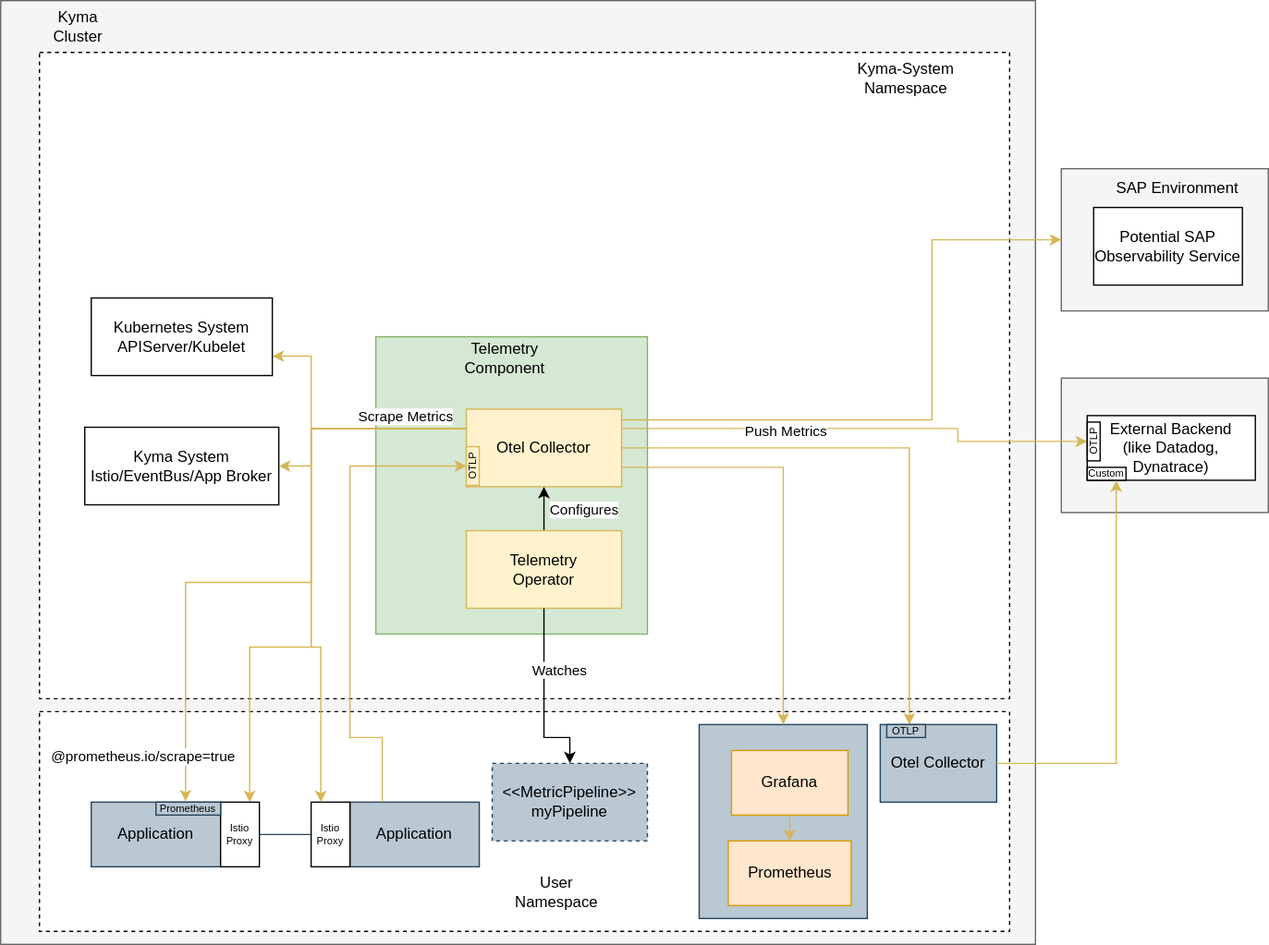
This is concepts/observability-strategy/configurable-tracing/assets/tracing-future.drawio.svg from kyma-project/community, a draw.io export, as it was before one commit. Source tidied: cells renumbered, new cells last; positions are measured from the earlier drawing's top-left corner, leaving out a move shared by most shapes.
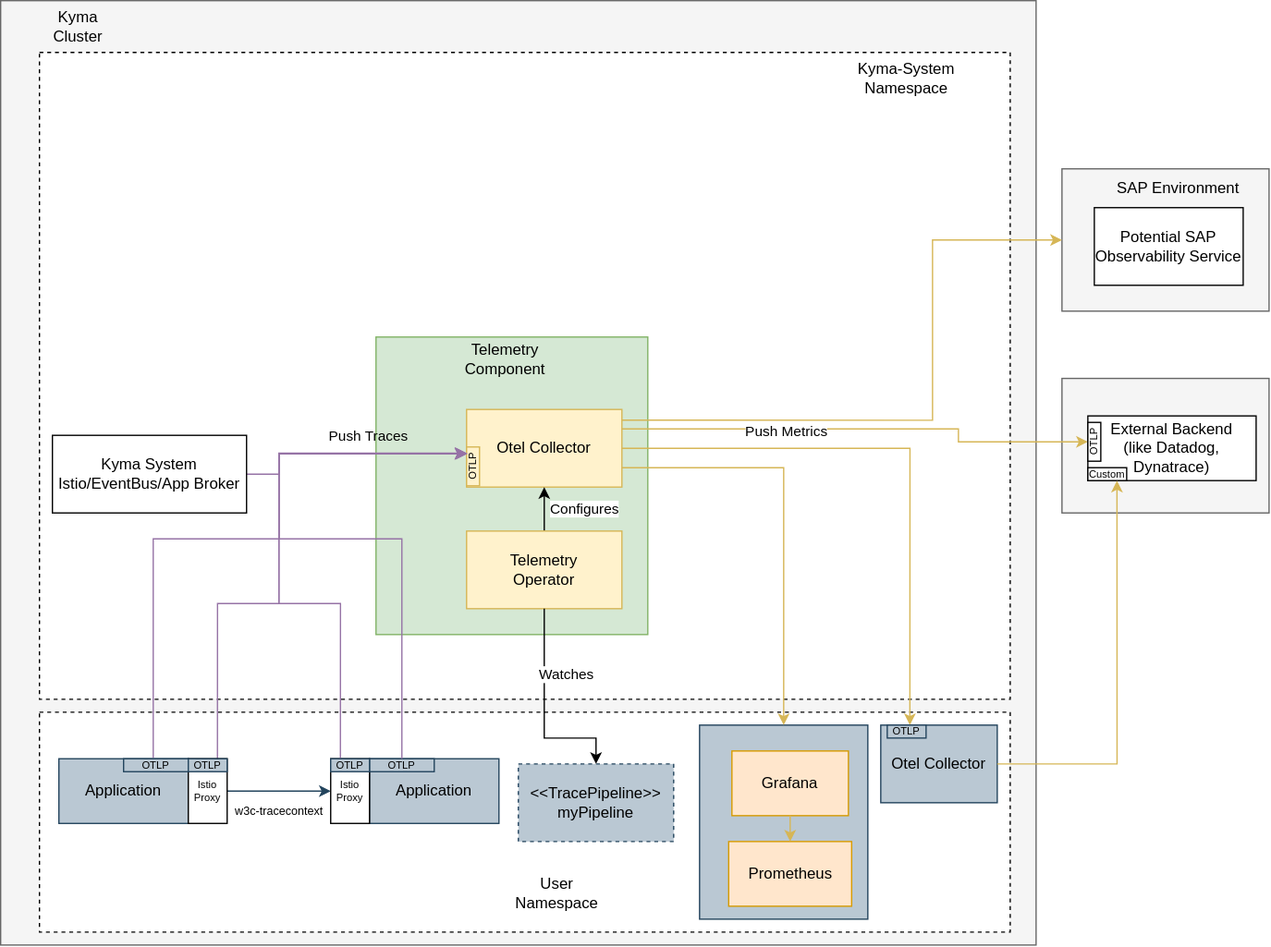
Later version of the same file.

Change to the diagram source:
```diff
@@ -17,43 +17,9 @@
     <mxCell id="6" value="&lt;span style=&quot;color: rgba(0 , 0 , 0 , 0) ; font-family: monospace ; font-size: 0px&quot;&gt;%3CmxGraphModel%3E%3Croot%3E%3CmxCell%20id%3D%220%22%2F%3E%3CmxCell%20id%3D%221%22%20parent%3D%220%22%2F%3E%3CmxCell%20id%3D%222%22%20style%3D%22edgeStyle%3DorthogonalEdgeStyle%3Brounded%3D0%3BorthogonalLoop%3D1%3BjettySize%3Dauto%3Bhtml%3D1%3BfillColor%3D%23fff2cc%3BstrokeColor%3D%23d6b656%3BjumpStyle%3Dgap%3BexitX%3D1%3BexitY%3D0.25%3BexitDx%3D0%3BexitDy%3D0%3BentryX%3D0.5%3BentryY%3D1%3BentryDx%3D0%3BentryDy%3D0%3B%22%20edge%3D%221%22%20parent%3D%221%22%3E%3CmxGeometry%20relative%3D%221%22%20as%3D%22geometry%22%3E%3CArray%20as%3D%22points%22%2F%3E%3CmxPoint%20x%3D%22350%22%20y%3D%22139%22%20as%3D%22sourcePoint%22%2F%3E%3CmxPoint%20x%3D%22515%22%20as%3D%22targetPoint%22%2F%3E%3C%2FmxGeometry%3E%3C%2FmxCell%3E%3C%2Froot%3E%3C%2FmxGraphModel%3E&lt;/span&gt;" style="rounded=0;whiteSpace=wrap;html=1;fillColor=#d5e8d4;strokeColor=#82b366;" parent="1" vertex="1">
       <mxGeometry x="290" y="260" width="210" height="230" as="geometry" />
     </mxCell>
-    <mxCell id="7" style="edgeStyle=orthogonalEdgeStyle;rounded=0;jettySize=auto;html=1;exitX=0;exitY=0.25;exitDx=0;exitDy=0;entryX=1;entryY=0.75;entryDx=0;entryDy=0;fillColor=#fff2cc;strokeColor=#d6b656;" parent="1" edge="1" source="10" target="13">
-      <mxGeometry relative="1" as="geometry">
-        <Array as="points">
-          <mxPoint x="240" y="331" />
-          <mxPoint x="240" y="275" />
-        </Array>
-      </mxGeometry>
-    </mxCell>
-    <mxCell id="8" style="edgeStyle=orthogonalEdgeStyle;rounded=0;jettySize=auto;html=1;exitX=0;exitY=0.25;exitDx=0;exitDy=0;fillColor=#fff2cc;strokeColor=#d6b656;" parent="1" edge="1" source="10" target="12">
-      <mxGeometry relative="1" as="geometry">
-        <Array as="points">
-          <mxPoint x="240" y="331" />
-          <mxPoint x="240" y="360" />
-        </Array>
-      </mxGeometry>
-    </mxCell>
-    <mxCell id="9" style="edgeStyle=orthogonalEdgeStyle;rounded=0;jettySize=auto;html=1;exitX=0;exitY=0.25;exitDx=0;exitDy=0;entryX=0.75;entryY=0;entryDx=0;entryDy=0;fillColor=#fff2cc;strokeColor=#d6b656;" parent="1" edge="1" source="10" target="19">
-      <mxGeometry relative="1" as="geometry">
-        <Array as="points">
-          <mxPoint x="240" y="331" />
-          <mxPoint x="240" y="500" />
-          <mxPoint x="192" y="500" />
-        </Array>
-      </mxGeometry>
-    </mxCell>
     <mxCell id="10" value="Otel Collector" style="rounded=0;whiteSpace=wrap;html=1;fillColor=#fff2cc;strokeColor=#d6b656;fontColor=#000000;" parent="1" vertex="1">
       <mxGeometry x="360" y="316" width="120" height="60" as="geometry" />
     </mxCell>
-    <mxCell id="11" value="Application" style="rounded=0;whiteSpace=wrap;html=1;fillColor=#bac8d3;strokeColor=#23445d;fontColor=#000000;" parent="1" vertex="1">
-      <mxGeometry x="70" y="620" width="100" height="50" as="geometry" />
-    </mxCell>
-    <mxCell id="12" value="Kyma System&lt;br&gt;Istio/EventBus/App Broker" style="rounded=0;whiteSpace=wrap;html=1;fillColor=#FFFFFF;strokeColor=#000000;fontColor=#000000;" parent="1" vertex="1">
-      <mxGeometry x="65" y="330" width="150" height="60" as="geometry" />
-    </mxCell>
-    <mxCell id="13" value="Kubernetes System&lt;br&gt;APIServer/Kubelet" style="rounded=0;whiteSpace=wrap;html=1;fillColor=#FFFFFF;strokeColor=#000000;fontColor=#000000;" parent="1" vertex="1">
-      <mxGeometry x="70" y="230" width="140" height="60" as="geometry" />
-    </mxCell>
     <mxCell id="14" value="Kyma Cluster" style="text;html=1;strokeColor=none;fillColor=none;align=center;verticalAlign=middle;whiteSpace=wrap;rounded=0;fontColor=#000000;" parent="1" vertex="1">
       <mxGeometry x="40" y="10" width="40" height="20" as="geometry" />
     </mxCell>
@@ -66,60 +32,6 @@
     <mxCell id="17" value="Grafana" style="rounded=0;whiteSpace=wrap;html=1;fillColor=#ffe6cc;strokeColor=#d79b00;" parent="1" vertex="1">
       <mxGeometry x="565" y="580" width="90" height="50" as="geometry" />
     </mxCell>
-    <mxCell id="18" style="edgeStyle=orthogonalEdgeStyle;rounded=0;jettySize=auto;html=1;exitX=1;exitY=0.5;exitDx=0;exitDy=0;entryX=0;entryY=0.5;entryDx=0;entryDy=0;fillColor=#bac8d3;strokeColor=#23445d;" parent="1" edge="1" source="19">
-      <mxGeometry relative="1" as="geometry">
-        <mxPoint x="280" y="645" as="targetPoint" />
-      </mxGeometry>
-    </mxCell>
-    <mxCell id="19" value="Istio&lt;br style=&quot;font-size: 8px;&quot;&gt;Proxy" style="rounded=0;whiteSpace=wrap;html=1;fontSize=8;fillColor=#FFFFFF;strokeColor=#000000;fontColor=#000000;" parent="1" vertex="1">
-      <mxGeometry x="170" y="620" width="30" height="50" as="geometry" />
-    </mxCell>
-    <mxCell id="20" style="edgeStyle=orthogonalEdgeStyle;rounded=0;jettySize=auto;html=1;exitX=0;exitY=0.25;exitDx=0;exitDy=0;entryX=0.458;entryY=-0.057;entryDx=0;entryDy=0;fillColor=#fff2cc;strokeColor=#d6b656;entryPerimeter=0;" parent="1" edge="1" source="10" target="22">
-      <mxGeometry relative="1" as="geometry">
-        <Array as="points">
-          <mxPoint x="240" y="331" />
-          <mxPoint x="240" y="450" />
-          <mxPoint x="143" y="450" />
-        </Array>
-      </mxGeometry>
-    </mxCell>
-    <mxCell id="21" value="@prometheus.io/scrape=true" style="edgeLabel;html=1;align=center;verticalAlign=middle;" parent="20" vertex="1">
-      <mxGeometry x="0.9" y="2" relative="1" as="geometry">
-        <mxPoint x="-35" y="-10" as="offset" />
-      </mxGeometry>
-    </mxCell>
-    <mxCell id="22" value="Prometheus" style="rounded=0;whiteSpace=wrap;html=1;fontSize=8;fillColor=#bac8d3;strokeColor=#23445d;" parent="1" vertex="1">
-      <mxGeometry x="120" y="620" width="50" height="10" as="geometry" />
-    </mxCell>
-    <mxCell id="23" value="Application" style="rounded=0;whiteSpace=wrap;html=1;fillColor=#bac8d3;strokeColor=#23445d;fontColor=#000000;" parent="1" vertex="1">
-      <mxGeometry x="270" y="620" width="100" height="50" as="geometry" />
-    </mxCell>
-    <mxCell id="24" value="Istio&lt;br style=&quot;font-size: 8px;&quot;&gt;Proxy" style="rounded=0;whiteSpace=wrap;html=1;fontSize=8;fillColor=#FFFFFF;strokeColor=#000000;fontColor=#000000;" parent="1" vertex="1">
-      <mxGeometry x="240" y="620" width="30" height="50" as="geometry" />
-    </mxCell>
-    <mxCell id="25" style="edgeStyle=orthogonalEdgeStyle;rounded=0;jettySize=auto;html=1;exitX=0;exitY=0.25;exitDx=0;exitDy=0;entryX=0.25;entryY=0;entryDx=0;entryDy=0;fillColor=#fff2cc;strokeColor=#d6b656;jumpStyle=gap;" parent="1" edge="1" source="10" target="24">
-      <mxGeometry relative="1" as="geometry">
-        <Array as="points">
-          <mxPoint x="240" y="331" />
-          <mxPoint x="240" y="500" />
-          <mxPoint x="248" y="500" />
-        </Array>
-      </mxGeometry>
-    </mxCell>
-    <mxCell id="26" value="Scrape Metrics" style="edgeLabel;html=1;align=center;verticalAlign=middle;" parent="25" vertex="1">
-      <mxGeometry x="-0.62" y="1" relative="1" as="geometry">
-        <mxPoint x="31" y="-11" as="offset" />
-      </mxGeometry>
-    </mxCell>
-    <mxCell id="27" style="edgeStyle=orthogonalEdgeStyle;rounded=0;jettySize=auto;html=1;exitX=0.25;exitY=0;exitDx=0;exitDy=0;fillColor=#fff2cc;strokeColor=#d6b656;jumpStyle=gap;entryX=0.5;entryY=0;entryDx=0;entryDy=0;" parent="1" edge="1" source="23" target="28">
-      <mxGeometry relative="1" as="geometry">
-        <Array as="points">
-          <mxPoint x="295" y="570" />
-          <mxPoint x="270" y="570" />
-          <mxPoint x="270" y="360" />
-        </Array>
-      </mxGeometry>
-    </mxCell>
     <mxCell id="28" value="OTLP" style="rounded=0;whiteSpace=wrap;html=1;fontSize=8;fillColor=#fff2cc;strokeColor=#d6b656;rotation=-90;" parent="1" vertex="1">
       <mxGeometry x="350" y="355" width="30" height="10" as="geometry" />
     </mxCell>
@@ -134,14 +46,14 @@
     <mxCell id="31" value="Telemetry&lt;br&gt;Operator" style="rounded=0;whiteSpace=wrap;html=1;fillColor=#fff2cc;strokeColor=#d6b656;fontColor=#000000;" parent="1" vertex="1">
       <mxGeometry x="360" y="410" width="120" height="60" as="geometry" />
     </mxCell>
-    <mxCell id="32" value="&amp;lt;&amp;lt;MetricPipeline&amp;gt;&amp;gt;&lt;br&gt;myPipeline" style="rounded=0;whiteSpace=wrap;html=1;fillColor=#bac8d3;strokeColor=#23445d;fontColor=#000000;dashed=1;" parent="1" vertex="1">
-      <mxGeometry x="380" y="590" width="120" height="60" as="geometry" />
+    <mxCell id="32" value="&amp;lt;&amp;lt;TracePipeline&amp;gt;&amp;gt;&lt;br&gt;myPipeline" style="rounded=0;whiteSpace=wrap;html=1;fillColor=#bac8d3;strokeColor=#23445d;fontColor=#000000;dashed=1;" parent="1" vertex="1">
+      <mxGeometry x="400" y="590" width="120" height="60" as="geometry" />
     </mxCell>
     <mxCell id="33" style="edgeStyle=orthogonalEdgeStyle;html=1;exitX=0.5;exitY=1;exitDx=0;exitDy=0;rounded=0;entryX=0.5;entryY=0;entryDx=0;entryDy=0;" parent="1" edge="1" source="31" target="32">
       <mxGeometry relative="1" as="geometry">
         <Array as="points">
           <mxPoint x="420" y="570" />
-          <mxPoint x="440" y="570" />
+          <mxPoint x="460" y="570" />
         </Array>
       </mxGeometry>
     </mxCell>
@@ -216,5 +128,93 @@
         </Array>
       </mxGeometry>
     </mxCell>
+    <mxCell id="53" style="edgeStyle=orthogonalEdgeStyle;rounded=0;jettySize=auto;html=1;exitX=0.827;exitY=0.081;exitDx=0;exitDy=0;fillColor=#fff2cc;strokeColor=#9673A6;endArrow=none;endFill=0;startArrow=classic;startFill=1;exitPerimeter=0;" parent="1" edge="1" source="28" target="12">
+      <mxGeometry relative="1" as="geometry">
+        <Array as="points">
+          <mxPoint x="215" y="350" />
+          <mxPoint x="215" y="366" />
+        </Array>
+      </mxGeometry>
+    </mxCell>
+    <mxCell id="54" style="edgeStyle=orthogonalEdgeStyle;rounded=0;jettySize=auto;html=1;exitX=0.824;exitY=-0.02;exitDx=0;exitDy=0;entryX=0.75;entryY=0;entryDx=0;entryDy=0;fillColor=#fff2cc;strokeColor=#9673A6;endArrow=none;endFill=0;startArrow=classic;startFill=1;exitPerimeter=0;" parent="1" edge="1" source="28" target="59">
+      <mxGeometry relative="1" as="geometry">
+        <Array as="points">
+          <mxPoint x="215" y="350" />
+          <mxPoint x="215" y="466" />
+          <mxPoint x="168" y="466" />
+        </Array>
+      </mxGeometry>
+    </mxCell>
+    <mxCell id="55" value="Push Traces" style="edgeLabel;html=1;align=center;verticalAlign=middle;labelBackgroundColor=none;fontColor=#000000;" parent="54" vertex="1">
+      <mxGeometry x="-0.64" relative="1" as="geometry">
+        <mxPoint x="-1" y="-14" as="offset" />
+      </mxGeometry>
+    </mxCell>
+    <mxCell id="56" value="Application" style="rounded=0;whiteSpace=wrap;html=1;fillColor=#bac8d3;strokeColor=#23445d;fontColor=#000000;" parent="1" vertex="1">
+      <mxGeometry x="45" y="586" width="100" height="50" as="geometry" />
+    </mxCell>
+    <mxCell id="12" value="Kyma System&lt;br&gt;Istio/EventBus/App Broker" style="rounded=0;whiteSpace=wrap;html=1;fillColor=#FFFFFF;strokeColor=#000000;fontColor=#000000;" parent="1" vertex="1">
+      <mxGeometry x="40" y="336" width="150" height="60" as="geometry" />
+    </mxCell>
+    <mxCell id="57" style="edgeStyle=orthogonalEdgeStyle;rounded=0;jettySize=auto;html=1;exitX=1;exitY=0.5;exitDx=0;exitDy=0;entryX=0;entryY=0.5;entryDx=0;entryDy=0;fillColor=#bac8d3;strokeColor=#23445d;" parent="1" edge="1" source="59">
+      <mxGeometry relative="1" as="geometry">
+        <mxPoint x="255" y="611" as="targetPoint" />
+      </mxGeometry>
+    </mxCell>
+    <mxCell id="58" value="w3c-tracecontext" style="edgeLabel;html=1;align=center;verticalAlign=middle;fontSize=9;" parent="57" vertex="1">
+      <mxGeometry x="0.37" y="1" relative="1" as="geometry">
+        <mxPoint x="-15" y="16" as="offset" />
+      </mxGeometry>
+    </mxCell>
+    <mxCell id="59" value="Istio&lt;br style=&quot;font-size: 8px;&quot;&gt;Proxy" style="rounded=0;whiteSpace=wrap;html=1;fontSize=8;fillColor=#FFFFFF;strokeColor=#000000;fontColor=#000000;" parent="1" vertex="1">
+      <mxGeometry x="145" y="586" width="30" height="50" as="geometry" />
+    </mxCell>
+    <mxCell id="60" style="edgeStyle=orthogonalEdgeStyle;rounded=0;jettySize=auto;html=1;exitX=0.839;exitY=-0.001;exitDx=0;exitDy=0;entryX=0.458;entryY=-0.057;entryDx=0;entryDy=0;fillColor=#fff2cc;strokeColor=#9673A6;entryPerimeter=0;endArrow=none;endFill=0;startArrow=classic;startFill=1;exitPerimeter=0;" parent="1" edge="1" source="28" target="61">
+      <mxGeometry relative="1" as="geometry">
+        <Array as="points">
+          <mxPoint x="215" y="350" />
+          <mxPoint x="215" y="416" />
+          <mxPoint x="118" y="416" />
+        </Array>
+      </mxGeometry>
+    </mxCell>
+    <mxCell id="61" value="OTLP" style="rounded=0;whiteSpace=wrap;html=1;fontSize=8;fillColor=#bac8d3;strokeColor=#23445d;" parent="1" vertex="1">
+      <mxGeometry x="95" y="586" width="50" height="10" as="geometry" />
+    </mxCell>
+    <mxCell id="62" value="Application" style="rounded=0;whiteSpace=wrap;html=1;fillColor=#bac8d3;strokeColor=#23445d;fontColor=#000000;" parent="1" vertex="1">
+      <mxGeometry x="285" y="586" width="100" height="50" as="geometry" />
+    </mxCell>
+    <mxCell id="63" value="Istio&lt;br style=&quot;font-size: 8px;&quot;&gt;Proxy" style="rounded=0;whiteSpace=wrap;html=1;fontSize=8;fillColor=#FFFFFF;strokeColor=#000000;fontColor=#000000;" parent="1" vertex="1">
+      <mxGeometry x="255" y="586" width="30" height="50" as="geometry" />
+    </mxCell>
+    <mxCell id="64" value="OTLP" style="rounded=0;whiteSpace=wrap;html=1;fontSize=8;fillColor=#bac8d3;strokeColor=#23445d;fontColor=#000000;" parent="1" vertex="1">
+      <mxGeometry x="285" y="586" width="50" height="10" as="geometry" />
+    </mxCell>
+    <mxCell id="65" style="edgeStyle=orthogonalEdgeStyle;rounded=0;jettySize=auto;html=1;exitX=0.83;exitY=0.008;exitDx=0;exitDy=0;entryX=0.25;entryY=0;entryDx=0;entryDy=0;fillColor=#fff2cc;strokeColor=#9673A6;jumpStyle=gap;endArrow=none;endFill=0;startArrow=classic;startFill=1;exitPerimeter=0;" parent="1" edge="1" source="28" target="63">
+      <mxGeometry relative="1" as="geometry">
+        <Array as="points">
+          <mxPoint x="215" y="350" />
+          <mxPoint x="215" y="466" />
+          <mxPoint x="262" y="466" />
+        </Array>
+      </mxGeometry>
+    </mxCell>
+    <mxCell id="66" style="edgeStyle=orthogonalEdgeStyle;rounded=0;jettySize=auto;html=1;entryX=0.5;entryY=0;entryDx=0;entryDy=0;fillColor=#fff2cc;strokeColor=#9673A6;endArrow=none;endFill=0;startArrow=classic;startFill=1;" parent="1" edge="1" target="64">
+      <mxGeometry relative="1" as="geometry">
+        <mxPoint x="360" y="350" as="sourcePoint" />
+        <Array as="points">
+          <mxPoint x="360" y="350" />
+          <mxPoint x="215" y="350" />
+          <mxPoint x="215" y="416" />
+          <mxPoint x="310" y="416" />
+        </Array>
+      </mxGeometry>
+    </mxCell>
+    <mxCell id="67" value="OTLP" style="rounded=0;whiteSpace=wrap;html=1;fontSize=8;fillColor=#bac8d3;strokeColor=#23445d;" parent="1" vertex="1">
+      <mxGeometry x="145" y="586" width="30" height="10" as="geometry" />
+    </mxCell>
+    <mxCell id="68" value="OTLP" style="rounded=0;whiteSpace=wrap;html=1;fontSize=8;fillColor=#bac8d3;strokeColor=#23445d;" parent="1" vertex="1">
+      <mxGeometry x="255" y="586" width="30" height="10" as="geometry" />
+    </mxCell>
   </root>
 </mxGraphModel>
```
